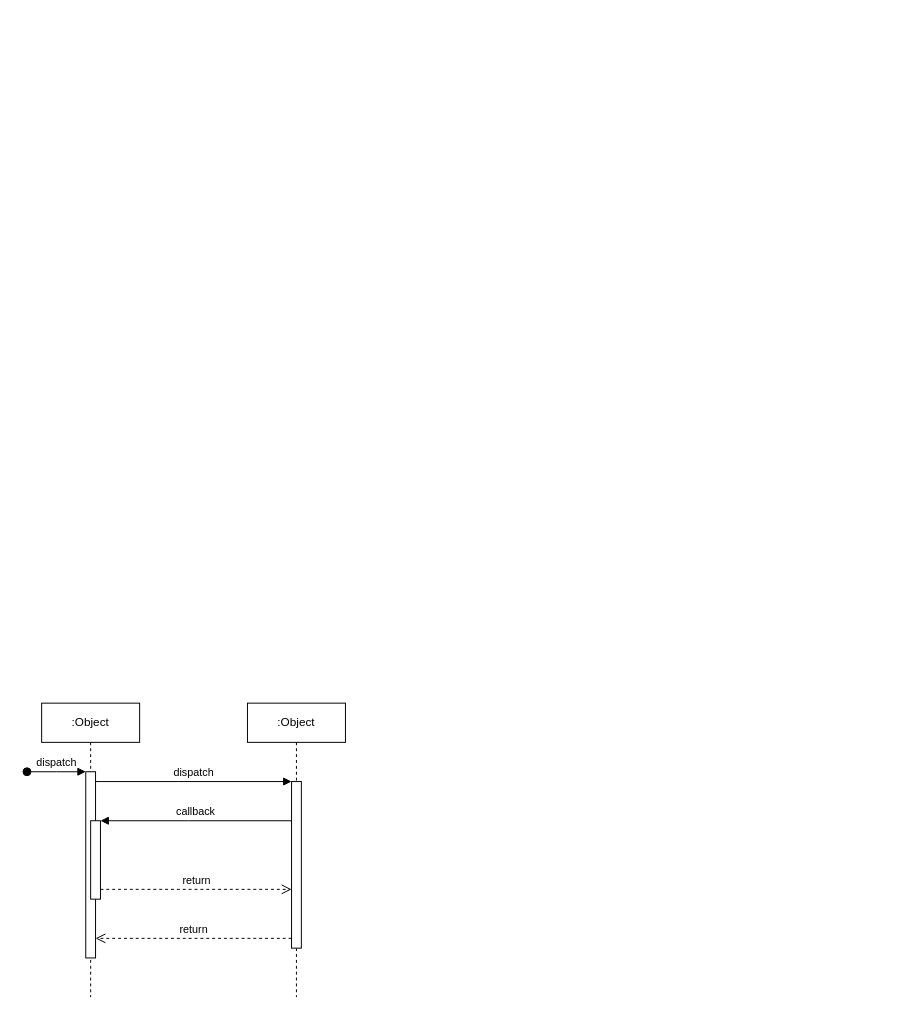
The draw.io diagram finantial_app_flow.drawio in matth3wwar/trabajos_u, before the edit. Source tidied: cells renumbered, new cells numbered last; positions are measured from the earlier drawing's top-left corner, leaving out a move shared by most shapes. Both pictures are drawn from the tidied source at 98%, with x=0, y=0 at pixel (26, 703).
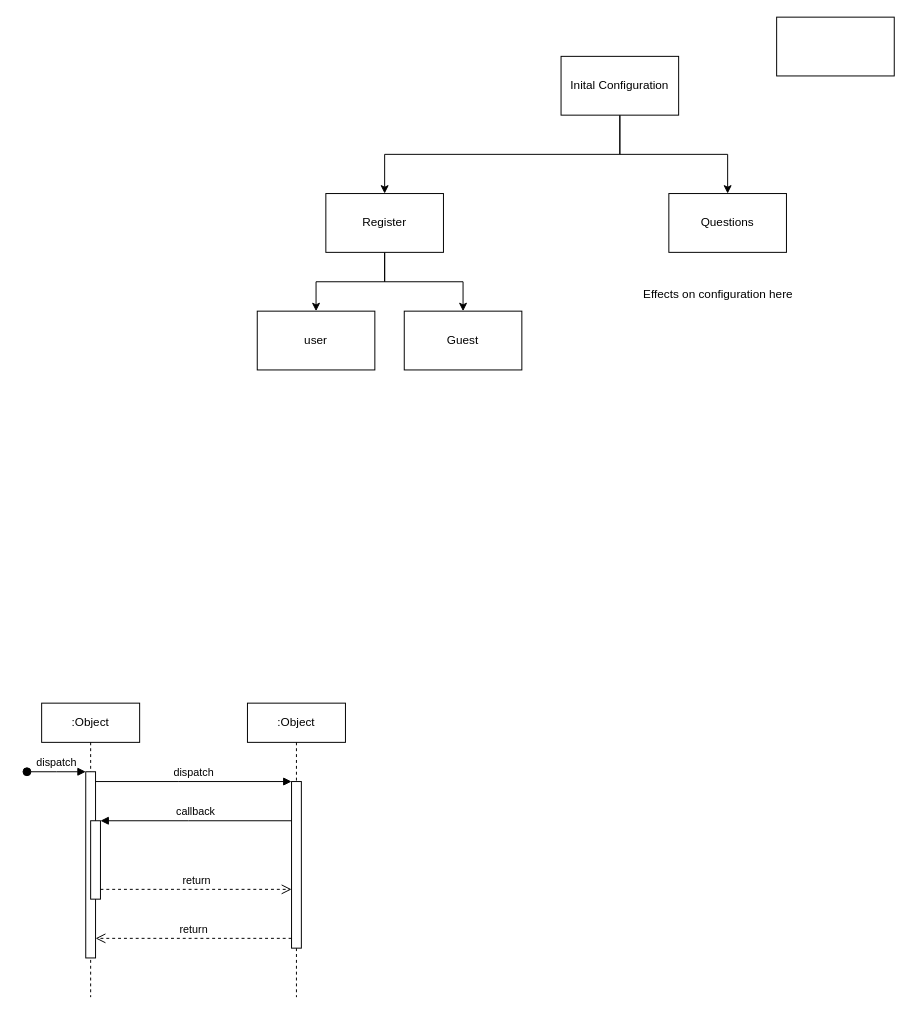
After the change.

Diff of the diagram source:
```diff
@@
+    <mxCell id="12" style="edgeStyle=orthogonalEdgeStyle;rounded=0;jettySize=auto;html=1;" parent="1" edge="1" source="14" target="18">
+      <mxGeometry relative="1" as="geometry">
+        <Array as="points">
+          <mxPoint x="605" y="-560" />
+          <mxPoint x="365" y="-560" />
+        </Array>
+      </mxGeometry>
+    </mxCell>
+    <mxCell id="13" style="edgeStyle=orthogonalEdgeStyle;rounded=0;jettySize=auto;html=1;entryX=0.5;entryY=0;entryDx=0;entryDy=0;" parent="1" edge="1" source="14" target="19">
+      <mxGeometry relative="1" as="geometry" />
+    </mxCell>
+    <mxCell id="14" value="Inital Configuration" style="rounded=0;whiteSpace=wrap;html=1;" parent="1" vertex="1">
+      <mxGeometry x="545" y="-660" width="120" height="60" as="geometry" />
+    </mxCell>
+    <mxCell id="15" style="rounded=0;whiteSpace=wrap;html=1;" parent="1" vertex="1">
+      <mxGeometry x="765" y="-700" width="120" height="60" as="geometry" />
+    </mxCell>
+    <mxCell id="16" style="edgeStyle=orthogonalEdgeStyle;rounded=0;jettySize=auto;html=1;" parent="1" edge="1" source="18" target="20">
+      <mxGeometry relative="1" as="geometry" />
+    </mxCell>
+    <mxCell id="17" style="edgeStyle=orthogonalEdgeStyle;rounded=0;jettySize=auto;html=1;entryX=0.5;entryY=0;entryDx=0;entryDy=0;" parent="1" edge="1" source="18" target="21">
+      <mxGeometry relative="1" as="geometry" />
+    </mxCell>
+    <mxCell id="18" value="Register" style="whiteSpace=wrap;html=1;rounded=0;" parent="1" vertex="1">
+      <mxGeometry x="305" y="-520" width="120" height="60" as="geometry" />
+    </mxCell>
+    <mxCell id="19" value="Questions" style="whiteSpace=wrap;html=1;rounded=0;" parent="1" vertex="1">
+      <mxGeometry x="655" y="-520" width="120" height="60" as="geometry" />
+    </mxCell>
+    <mxCell id="20" value="user" style="whiteSpace=wrap;html=1;rounded=0;" parent="1" vertex="1">
+      <mxGeometry x="235" y="-400" width="120" height="60" as="geometry" />
+    </mxCell>
+    <mxCell id="21" value="Guest" style="whiteSpace=wrap;html=1;rounded=0;" parent="1" vertex="1">
+      <mxGeometry x="385" y="-400" width="120" height="60" as="geometry" />
+    </mxCell>
+    <mxCell id="22" value="Effects on configuration here" style="text;html=1;align=center;verticalAlign=middle;strokeColor=none;fillColor=none;" parent="1" vertex="1">
+      <mxGeometry x="615" y="-432" width="180" height="30" as="geometry" />
+    </mxCell>
```
